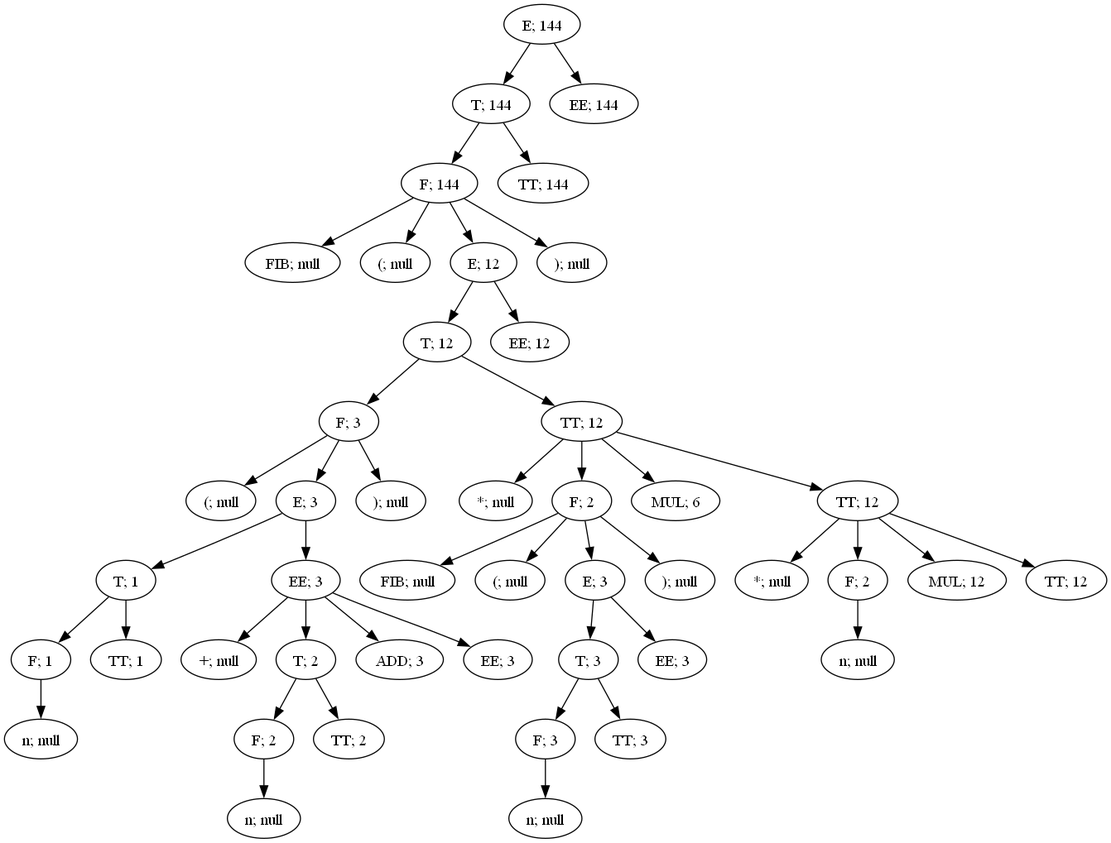
This is lab4/graphA4.png from Ultimatereo/MT, a Graphviz export, as it was before one commit. Its source is kept beside it as lab4/graphA4.dot.
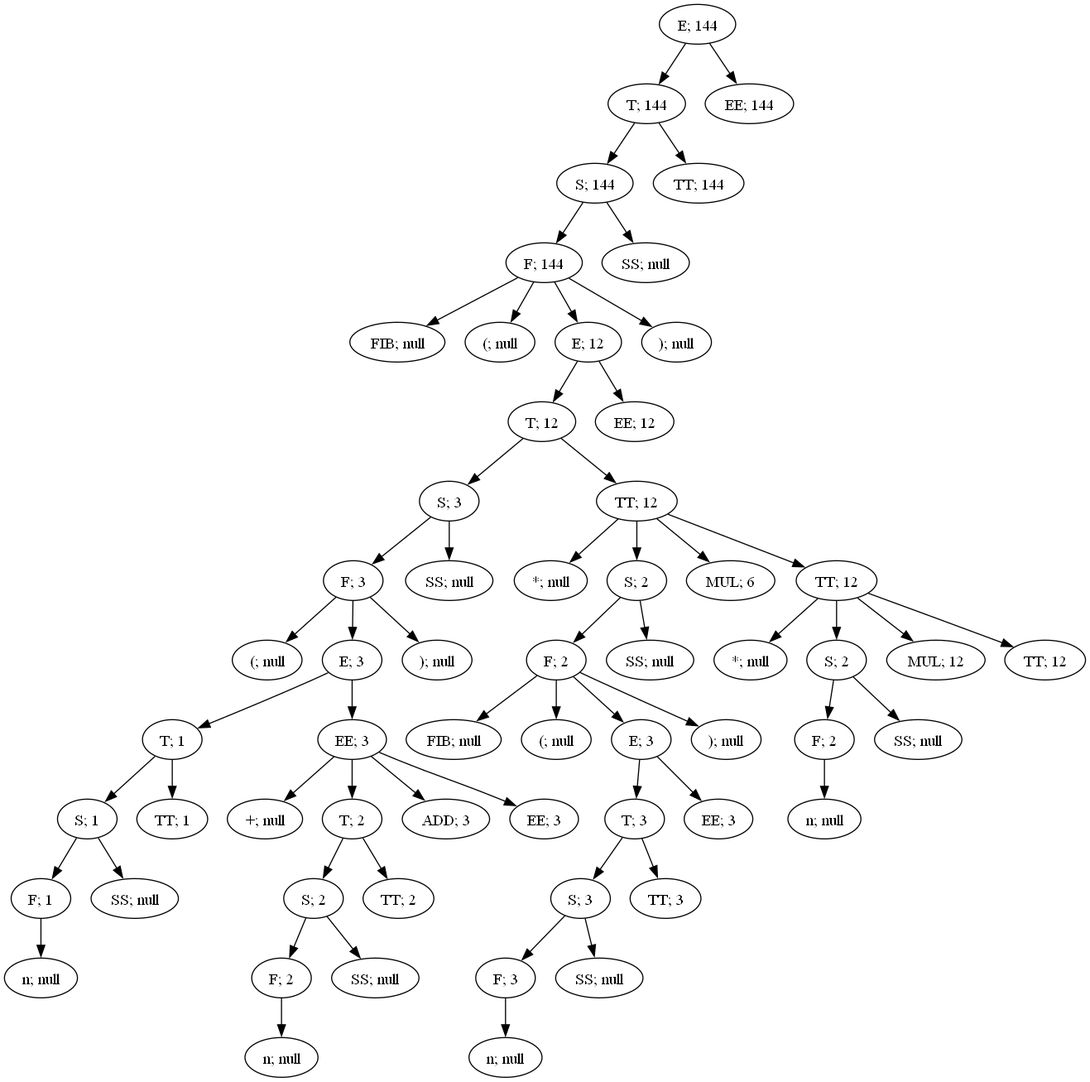
Later version of the same file.

The edit, as a diff of the source:
```diff
@@ -1,138 +1,180 @@
 digraph ParserResult {
-"NonTerminal[name=E]_126" [label="E; 144"]
-"NonTerminal[name=T]_124" [label="T; 144"]
-"NonTerminal[name=E]_126"->"NonTerminal[name=T]_124";
-"NonTerminal[name=T]_124" [label="T; 144"]
-"NonTerminal[name=F]_122" [label="F; 144"]
-"NonTerminal[name=T]_124"->"NonTerminal[name=F]_122";
-"NonTerminal[name=F]_122" [label="F; 144"]
-"Token{name='FIB', value='fib'}_81" [label="FIB; null"]
-"NonTerminal[name=F]_122"->"Token{name='FIB', value='fib'}_81";
-"Token{name='FIB', value='fib'}_81" [label="FIB; null"]
-"Token{name='(', value='('}_82" [label="(; null"]
-"NonTerminal[name=F]_122"->"Token{name='(', value='('}_82";
-"Token{name='(', value='('}_82" [label="(; null"]
-"NonTerminal[name=E]_120" [label="E; 12"]
-"NonTerminal[name=F]_122"->"NonTerminal[name=E]_120";
-"NonTerminal[name=E]_120" [label="E; 12"]
-"NonTerminal[name=T]_118" [label="T; 12"]
-"NonTerminal[name=E]_120"->"NonTerminal[name=T]_118";
-"NonTerminal[name=T]_118" [label="T; 12"]
-"NonTerminal[name=F]_98" [label="F; 3"]
-"NonTerminal[name=T]_118"->"NonTerminal[name=F]_98";
-"NonTerminal[name=F]_98" [label="F; 3"]
-"Token{name='(', value='('}_83" [label="(; null"]
-"NonTerminal[name=F]_98"->"Token{name='(', value='('}_83";
-"Token{name='(', value='('}_83" [label="(; null"]
-"NonTerminal[name=E]_96" [label="E; 3"]
-"NonTerminal[name=F]_98"->"NonTerminal[name=E]_96";
-"NonTerminal[name=E]_96" [label="E; 3"]
-"NonTerminal[name=T]_87" [label="T; 1"]
-"NonTerminal[name=E]_96"->"NonTerminal[name=T]_87";
-"NonTerminal[name=T]_87" [label="T; 1"]
-"NonTerminal[name=F]_85" [label="F; 1"]
-"NonTerminal[name=T]_87"->"NonTerminal[name=F]_85";
-"NonTerminal[name=F]_85" [label="F; 1"]
-"Token{name='n', value='1'}_84" [label="n; null"]
-"NonTerminal[name=F]_85"->"Token{name='n', value='1'}_84";
-"Token{name='n', value='1'}_84" [label="n; null"]
-"NonTerminal[name=TT]_86" [label="TT; 1"]
-"NonTerminal[name=T]_87"->"NonTerminal[name=TT]_86";
-"NonTerminal[name=TT]_86" [label="TT; 1"]
-"NonTerminal[name=EE]_95" [label="EE; 3"]
-"NonTerminal[name=E]_96"->"NonTerminal[name=EE]_95";
-"NonTerminal[name=EE]_95" [label="EE; 3"]
-"Token{name='+', value='+'}_88" [label="+; null"]
-"NonTerminal[name=EE]_95"->"Token{name='+', value='+'}_88";
-"Token{name='+', value='+'}_88" [label="+; null"]
-"NonTerminal[name=T]_92" [label="T; 2"]
-"NonTerminal[name=EE]_95"->"NonTerminal[name=T]_92";
-"NonTerminal[name=T]_92" [label="T; 2"]
-"NonTerminal[name=F]_90" [label="F; 2"]
-"NonTerminal[name=T]_92"->"NonTerminal[name=F]_90";
-"NonTerminal[name=F]_90" [label="F; 2"]
-"Token{name='n', value='2'}_89" [label="n; null"]
-"NonTerminal[name=F]_90"->"Token{name='n', value='2'}_89";
-"Token{name='n', value='2'}_89" [label="n; null"]
-"NonTerminal[name=TT]_91" [label="TT; 2"]
-"NonTerminal[name=T]_92"->"NonTerminal[name=TT]_91";
-"NonTerminal[name=TT]_91" [label="TT; 2"]
-"NonTerminal[name=ADD]_93" [label="ADD; 3"]
-"NonTerminal[name=EE]_95"->"NonTerminal[name=ADD]_93";
-"NonTerminal[name=ADD]_93" [label="ADD; 3"]
-"NonTerminal[name=EE]_94" [label="EE; 3"]
-"NonTerminal[name=EE]_95"->"NonTerminal[name=EE]_94";
-"NonTerminal[name=EE]_94" [label="EE; 3"]
-"Token{name=')', value=')'}_97" [label="); null"]
-"NonTerminal[name=F]_98"->"Token{name=')', value=')'}_97";
-"Token{name=')', value=')'}_97" [label="); null"]
-"NonTerminal[name=TT]_117" [label="TT; 12"]
-"NonTerminal[name=T]_118"->"NonTerminal[name=TT]_117";
-"NonTerminal[name=TT]_117" [label="TT; 12"]
-"Token{name='*', value='*'}_99" [label="*; null"]
-"NonTerminal[name=TT]_117"->"Token{name='*', value='*'}_99";
-"Token{name='*', value='*'}_99" [label="*; null"]
-"NonTerminal[name=F]_109" [label="F; 2"]
-"NonTerminal[name=TT]_117"->"NonTerminal[name=F]_109";
-"NonTerminal[name=F]_109" [label="F; 2"]
-"Token{name='FIB', value='fib'}_100" [label="FIB; null"]
-"NonTerminal[name=F]_109"->"Token{name='FIB', value='fib'}_100";
-"Token{name='FIB', value='fib'}_100" [label="FIB; null"]
-"Token{name='(', value='('}_101" [label="(; null"]
-"NonTerminal[name=F]_109"->"Token{name='(', value='('}_101";
-"Token{name='(', value='('}_101" [label="(; null"]
-"NonTerminal[name=E]_107" [label="E; 3"]
-"NonTerminal[name=F]_109"->"NonTerminal[name=E]_107";
-"NonTerminal[name=E]_107" [label="E; 3"]
-"NonTerminal[name=T]_105" [label="T; 3"]
-"NonTerminal[name=E]_107"->"NonTerminal[name=T]_105";
-"NonTerminal[name=T]_105" [label="T; 3"]
-"NonTerminal[name=F]_103" [label="F; 3"]
-"NonTerminal[name=T]_105"->"NonTerminal[name=F]_103";
-"NonTerminal[name=F]_103" [label="F; 3"]
-"Token{name='n', value='3'}_102" [label="n; null"]
-"NonTerminal[name=F]_103"->"Token{name='n', value='3'}_102";
-"Token{name='n', value='3'}_102" [label="n; null"]
-"NonTerminal[name=TT]_104" [label="TT; 3"]
-"NonTerminal[name=T]_105"->"NonTerminal[name=TT]_104";
-"NonTerminal[name=TT]_104" [label="TT; 3"]
-"NonTerminal[name=EE]_106" [label="EE; 3"]
-"NonTerminal[name=E]_107"->"NonTerminal[name=EE]_106";
-"NonTerminal[name=EE]_106" [label="EE; 3"]
-"Token{name=')', value=')'}_108" [label="); null"]
-"NonTerminal[name=F]_109"->"Token{name=')', value=')'}_108";
-"Token{name=')', value=')'}_108" [label="); null"]
-"NonTerminal[name=MUL]_110" [label="MUL; 6"]
-"NonTerminal[name=TT]_117"->"NonTerminal[name=MUL]_110";
-"NonTerminal[name=MUL]_110" [label="MUL; 6"]
-"NonTerminal[name=TT]_116" [label="TT; 12"]
-"NonTerminal[name=TT]_117"->"NonTerminal[name=TT]_116";
-"NonTerminal[name=TT]_116" [label="TT; 12"]
-"Token{name='*', value='*'}_111" [label="*; null"]
-"NonTerminal[name=TT]_116"->"Token{name='*', value='*'}_111";
-"Token{name='*', value='*'}_111" [label="*; null"]
-"NonTerminal[name=F]_113" [label="F; 2"]
-"NonTerminal[name=TT]_116"->"NonTerminal[name=F]_113";
-"NonTerminal[name=F]_113" [label="F; 2"]
-"Token{name='n', value='2'}_112" [label="n; null"]
-"NonTerminal[name=F]_113"->"Token{name='n', value='2'}_112";
-"Token{name='n', value='2'}_112" [label="n; null"]
-"NonTerminal[name=MUL]_114" [label="MUL; 12"]
-"NonTerminal[name=TT]_116"->"NonTerminal[name=MUL]_114";
-"NonTerminal[name=MUL]_114" [label="MUL; 12"]
-"NonTerminal[name=TT]_115" [label="TT; 12"]
-"NonTerminal[name=TT]_116"->"NonTerminal[name=TT]_115";
-"NonTerminal[name=TT]_115" [label="TT; 12"]
-"NonTerminal[name=EE]_119" [label="EE; 12"]
-"NonTerminal[name=E]_120"->"NonTerminal[name=EE]_119";
-"NonTerminal[name=EE]_119" [label="EE; 12"]
-"Token{name=')', value=')'}_121" [label="); null"]
-"NonTerminal[name=F]_122"->"Token{name=')', value=')'}_121";
-"Token{name=')', value=')'}_121" [label="); null"]
-"NonTerminal[name=TT]_123" [label="TT; 144"]
-"NonTerminal[name=T]_124"->"NonTerminal[name=TT]_123";
-"NonTerminal[name=TT]_123" [label="TT; 144"]
-"NonTerminal[name=EE]_125" [label="EE; 144"]
+"NonTerminal[name=E]_166" [label="E; 144"]
+"NonTerminal[name=T]_164" [label="T; 144"]
+"NonTerminal[name=E]_166"->"NonTerminal[name=T]_164";
+"NonTerminal[name=T]_164" [label="T; 144"]
+"NonTerminal[name=S]_162" [label="S; 144"]
+"NonTerminal[name=T]_164"->"NonTerminal[name=S]_162";
+"NonTerminal[name=S]_162" [label="S; 144"]
+"NonTerminal[name=F]_160" [label="F; 144"]
+"NonTerminal[name=S]_162"->"NonTerminal[name=F]_160";
+"NonTerminal[name=F]_160" [label="F; 144"]
+"Token{name='FIB', value='fib'}_107" [label="FIB; null"]
+"NonTerminal[name=F]_160"->"Token{name='FIB', value='fib'}_107";
+"Token{name='FIB', value='fib'}_107" [label="FIB; null"]
+"Token{name='(', value='('}_108" [label="(; null"]
+"NonTerminal[name=F]_160"->"Token{name='(', value='('}_108";
+"Token{name='(', value='('}_108" [label="(; null"]
+"NonTerminal[name=E]_158" [label="E; 12"]
+"NonTerminal[name=F]_160"->"NonTerminal[name=E]_158";
+"NonTerminal[name=E]_158" [label="E; 12"]
+"NonTerminal[name=T]_156" [label="T; 12"]
+"NonTerminal[name=E]_158"->"NonTerminal[name=T]_156";
+"NonTerminal[name=T]_156" [label="T; 12"]
+"NonTerminal[name=S]_130" [label="S; 3"]
+"NonTerminal[name=T]_156"->"NonTerminal[name=S]_130";
+"NonTerminal[name=S]_130" [label="S; 3"]
+"NonTerminal[name=F]_128" [label="F; 3"]
+"NonTerminal[name=S]_130"->"NonTerminal[name=F]_128";
+"NonTerminal[name=F]_128" [label="F; 3"]
+"Token{name='(', value='('}_109" [label="(; null"]
+"NonTerminal[name=F]_128"->"Token{name='(', value='('}_109";
+"Token{name='(', value='('}_109" [label="(; null"]
+"NonTerminal[name=E]_126" [label="E; 3"]
+"NonTerminal[name=F]_128"->"NonTerminal[name=E]_126";
+"NonTerminal[name=E]_126" [label="E; 3"]
+"NonTerminal[name=T]_115" [label="T; 1"]
+"NonTerminal[name=E]_126"->"NonTerminal[name=T]_115";
+"NonTerminal[name=T]_115" [label="T; 1"]
+"NonTerminal[name=S]_113" [label="S; 1"]
+"NonTerminal[name=T]_115"->"NonTerminal[name=S]_113";
+"NonTerminal[name=S]_113" [label="S; 1"]
+"NonTerminal[name=F]_111" [label="F; 1"]
+"NonTerminal[name=S]_113"->"NonTerminal[name=F]_111";
+"NonTerminal[name=F]_111" [label="F; 1"]
+"Token{name='n', value='1'}_110" [label="n; null"]
+"NonTerminal[name=F]_111"->"Token{name='n', value='1'}_110";
+"Token{name='n', value='1'}_110" [label="n; null"]
+"NonTerminal[name=SS]_112" [label="SS; null"]
+"NonTerminal[name=S]_113"->"NonTerminal[name=SS]_112";
+"NonTerminal[name=SS]_112" [label="SS; null"]
+"NonTerminal[name=TT]_114" [label="TT; 1"]
+"NonTerminal[name=T]_115"->"NonTerminal[name=TT]_114";
+"NonTerminal[name=TT]_114" [label="TT; 1"]
+"NonTerminal[name=EE]_125" [label="EE; 3"]
 "NonTerminal[name=E]_126"->"NonTerminal[name=EE]_125";
-"NonTerminal[name=EE]_125" [label="EE; 144"]
+"NonTerminal[name=EE]_125" [label="EE; 3"]
+"Token{name='+', value='+'}_116" [label="+; null"]
+"NonTerminal[name=EE]_125"->"Token{name='+', value='+'}_116";
+"Token{name='+', value='+'}_116" [label="+; null"]
+"NonTerminal[name=T]_122" [label="T; 2"]
+"NonTerminal[name=EE]_125"->"NonTerminal[name=T]_122";
+"NonTerminal[name=T]_122" [label="T; 2"]
+"NonTerminal[name=S]_120" [label="S; 2"]
+"NonTerminal[name=T]_122"->"NonTerminal[name=S]_120";
+"NonTerminal[name=S]_120" [label="S; 2"]
+"NonTerminal[name=F]_118" [label="F; 2"]
+"NonTerminal[name=S]_120"->"NonTerminal[name=F]_118";
+"NonTerminal[name=F]_118" [label="F; 2"]
+"Token{name='n', value='2'}_117" [label="n; null"]
+"NonTerminal[name=F]_118"->"Token{name='n', value='2'}_117";
+"Token{name='n', value='2'}_117" [label="n; null"]
+"NonTerminal[name=SS]_119" [label="SS; null"]
+"NonTerminal[name=S]_120"->"NonTerminal[name=SS]_119";
+"NonTerminal[name=SS]_119" [label="SS; null"]
+"NonTerminal[name=TT]_121" [label="TT; 2"]
+"NonTerminal[name=T]_122"->"NonTerminal[name=TT]_121";
+"NonTerminal[name=TT]_121" [label="TT; 2"]
+"NonTerminal[name=ADD]_123" [label="ADD; 3"]
+"NonTerminal[name=EE]_125"->"NonTerminal[name=ADD]_123";
+"NonTerminal[name=ADD]_123" [label="ADD; 3"]
+"NonTerminal[name=EE]_124" [label="EE; 3"]
+"NonTerminal[name=EE]_125"->"NonTerminal[name=EE]_124";
+"NonTerminal[name=EE]_124" [label="EE; 3"]
+"Token{name=')', value=')'}_127" [label="); null"]
+"NonTerminal[name=F]_128"->"Token{name=')', value=')'}_127";
+"Token{name=')', value=')'}_127" [label="); null"]
+"NonTerminal[name=SS]_129" [label="SS; null"]
+"NonTerminal[name=S]_130"->"NonTerminal[name=SS]_129";
+"NonTerminal[name=SS]_129" [label="SS; null"]
+"NonTerminal[name=TT]_155" [label="TT; 12"]
+"NonTerminal[name=T]_156"->"NonTerminal[name=TT]_155";
+"NonTerminal[name=TT]_155" [label="TT; 12"]
+"Token{name='*', value='*'}_131" [label="*; null"]
+"NonTerminal[name=TT]_155"->"Token{name='*', value='*'}_131";
+"Token{name='*', value='*'}_131" [label="*; null"]
+"NonTerminal[name=S]_145" [label="S; 2"]
+"NonTerminal[name=TT]_155"->"NonTerminal[name=S]_145";
+"NonTerminal[name=S]_145" [label="S; 2"]
+"NonTerminal[name=F]_143" [label="F; 2"]
+"NonTerminal[name=S]_145"->"NonTerminal[name=F]_143";
+"NonTerminal[name=F]_143" [label="F; 2"]
+"Token{name='FIB', value='fib'}_132" [label="FIB; null"]
+"NonTerminal[name=F]_143"->"Token{name='FIB', value='fib'}_132";
+"Token{name='FIB', value='fib'}_132" [label="FIB; null"]
+"Token{name='(', value='('}_133" [label="(; null"]
+"NonTerminal[name=F]_143"->"Token{name='(', value='('}_133";
+"Token{name='(', value='('}_133" [label="(; null"]
+"NonTerminal[name=E]_141" [label="E; 3"]
+"NonTerminal[name=F]_143"->"NonTerminal[name=E]_141";
+"NonTerminal[name=E]_141" [label="E; 3"]
+"NonTerminal[name=T]_139" [label="T; 3"]
+"NonTerminal[name=E]_141"->"NonTerminal[name=T]_139";
+"NonTerminal[name=T]_139" [label="T; 3"]
+"NonTerminal[name=S]_137" [label="S; 3"]
+"NonTerminal[name=T]_139"->"NonTerminal[name=S]_137";
+"NonTerminal[name=S]_137" [label="S; 3"]
+"NonTerminal[name=F]_135" [label="F; 3"]
+"NonTerminal[name=S]_137"->"NonTerminal[name=F]_135";
+"NonTerminal[name=F]_135" [label="F; 3"]
+"Token{name='n', value='3'}_134" [label="n; null"]
+"NonTerminal[name=F]_135"->"Token{name='n', value='3'}_134";
+"Token{name='n', value='3'}_134" [label="n; null"]
+"NonTerminal[name=SS]_136" [label="SS; null"]
+"NonTerminal[name=S]_137"->"NonTerminal[name=SS]_136";
+"NonTerminal[name=SS]_136" [label="SS; null"]
+"NonTerminal[name=TT]_138" [label="TT; 3"]
+"NonTerminal[name=T]_139"->"NonTerminal[name=TT]_138";
+"NonTerminal[name=TT]_138" [label="TT; 3"]
+"NonTerminal[name=EE]_140" [label="EE; 3"]
+"NonTerminal[name=E]_141"->"NonTerminal[name=EE]_140";
+"NonTerminal[name=EE]_140" [label="EE; 3"]
+"Token{name=')', value=')'}_142" [label="); null"]
+"NonTerminal[name=F]_143"->"Token{name=')', value=')'}_142";
+"Token{name=')', value=')'}_142" [label="); null"]
+"NonTerminal[name=SS]_144" [label="SS; null"]
+"NonTerminal[name=S]_145"->"NonTerminal[name=SS]_144";
+"NonTerminal[name=SS]_144" [label="SS; null"]
+"NonTerminal[name=MUL]_146" [label="MUL; 6"]
+"NonTerminal[name=TT]_155"->"NonTerminal[name=MUL]_146";
+"NonTerminal[name=MUL]_146" [label="MUL; 6"]
+"NonTerminal[name=TT]_154" [label="TT; 12"]
+"NonTerminal[name=TT]_155"->"NonTerminal[name=TT]_154";
+"NonTerminal[name=TT]_154" [label="TT; 12"]
+"Token{name='*', value='*'}_147" [label="*; null"]
+"NonTerminal[name=TT]_154"->"Token{name='*', value='*'}_147";
+"Token{name='*', value='*'}_147" [label="*; null"]
+"NonTerminal[name=S]_151" [label="S; 2"]
+"NonTerminal[name=TT]_154"->"NonTerminal[name=S]_151";
+"NonTerminal[name=S]_151" [label="S; 2"]
+"NonTerminal[name=F]_149" [label="F; 2"]
+"NonTerminal[name=S]_151"->"NonTerminal[name=F]_149";
+"NonTerminal[name=F]_149" [label="F; 2"]
+"Token{name='n', value='2'}_148" [label="n; null"]
+"NonTerminal[name=F]_149"->"Token{name='n', value='2'}_148";
+"Token{name='n', value='2'}_148" [label="n; null"]
+"NonTerminal[name=SS]_150" [label="SS; null"]
+"NonTerminal[name=S]_151"->"NonTerminal[name=SS]_150";
+"NonTerminal[name=SS]_150" [label="SS; null"]
+"NonTerminal[name=MUL]_152" [label="MUL; 12"]
+"NonTerminal[name=TT]_154"->"NonTerminal[name=MUL]_152";
+"NonTerminal[name=MUL]_152" [label="MUL; 12"]
+"NonTerminal[name=TT]_153" [label="TT; 12"]
+"NonTerminal[name=TT]_154"->"NonTerminal[name=TT]_153";
+"NonTerminal[name=TT]_153" [label="TT; 12"]
+"NonTerminal[name=EE]_157" [label="EE; 12"]
+"NonTerminal[name=E]_158"->"NonTerminal[name=EE]_157";
+"NonTerminal[name=EE]_157" [label="EE; 12"]
+"Token{name=')', value=')'}_159" [label="); null"]
+"NonTerminal[name=F]_160"->"Token{name=')', value=')'}_159";
+"Token{name=')', value=')'}_159" [label="); null"]
+"NonTerminal[name=SS]_161" [label="SS; null"]
+"NonTerminal[name=S]_162"->"NonTerminal[name=SS]_161";
+"NonTerminal[name=SS]_161" [label="SS; null"]
+"NonTerminal[name=TT]_163" [label="TT; 144"]
+"NonTerminal[name=T]_164"->"NonTerminal[name=TT]_163";
+"NonTerminal[name=TT]_163" [label="TT; 144"]
+"NonTerminal[name=EE]_165" [label="EE; 144"]
+"NonTerminal[name=E]_166"->"NonTerminal[name=EE]_165";
+"NonTerminal[name=EE]_165" [label="EE; 144"]
 }
```
